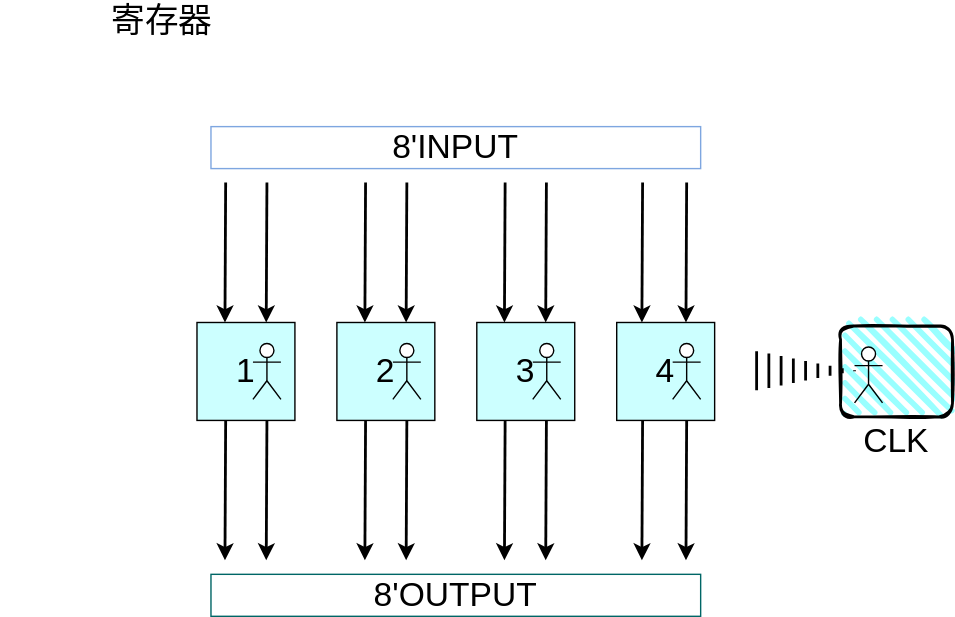
This is register.drawio.svg from Raspberry-NQ/human-8bit-CPU, a draw.io export, as it was before one commit. Source tidied: cells renumbered, new cells last; positions are measured from the earlier drawing's top-left corner, leaving out a move shared by most shapes. Source of this version:
```xml
<mxGraphModel>
  <root>
    <mxCell id="0" />
    <mxCell id="1" parent="0" />
    <mxCell id="2" value="&lt;font style=&quot;font-size: 24px&quot;&gt;寄存器&lt;/font&gt;" style="text;html=1;strokeColor=none;fillColor=none;align=center;verticalAlign=middle;whiteSpace=wrap;rounded=0;" parent="1" vertex="1">
      <mxGeometry width="230" height="30" as="geometry" />
    </mxCell>
    <mxCell id="3" value="1" style="rounded=0;whiteSpace=wrap;html=1;fontSize=24;fillColor=#CCFFFF;" parent="1" vertex="1">
      <mxGeometry x="140" y="230" width="70" height="70" as="geometry" />
    </mxCell>
    <mxCell id="4" style="shape=umlActor;verticalLabelPosition=bottom;verticalAlign=top;html=1;fontSize=24;fillColor=#FFFFFF;" parent="1" vertex="1">
      <mxGeometry x="180" y="245" width="20" height="40" as="geometry" />
    </mxCell>
    <mxCell id="5" value="2" style="rounded=0;whiteSpace=wrap;html=1;fontSize=24;fillColor=#CCFFFF;" parent="1" vertex="1">
      <mxGeometry x="240" y="230" width="70" height="70" as="geometry" />
    </mxCell>
    <mxCell id="6" style="shape=umlActor;verticalLabelPosition=bottom;verticalAlign=top;html=1;fontSize=24;fillColor=#FFFFFF;" parent="1" vertex="1">
      <mxGeometry x="280" y="245" width="20" height="40" as="geometry" />
    </mxCell>
    <mxCell id="7" value="3" style="rounded=0;whiteSpace=wrap;html=1;fontSize=24;fillColor=#CCFFFF;" parent="1" vertex="1">
      <mxGeometry x="340" y="230" width="70" height="70" as="geometry" />
    </mxCell>
    <mxCell id="8" style="shape=umlActor;verticalLabelPosition=bottom;verticalAlign=top;html=1;fontSize=24;fillColor=#FFFFFF;" parent="1" vertex="1">
      <mxGeometry x="380" y="245" width="20" height="40" as="geometry" />
    </mxCell>
    <mxCell id="9" value="4" style="rounded=0;whiteSpace=wrap;html=1;fontSize=24;fillColor=#CCFFFF;" parent="1" vertex="1">
      <mxGeometry x="440" y="230" width="70" height="70" as="geometry" />
    </mxCell>
    <mxCell id="10" style="shape=umlActor;verticalLabelPosition=bottom;verticalAlign=top;html=1;fontSize=24;fillColor=#FFFFFF;" parent="1" vertex="1">
      <mxGeometry x="480" y="245" width="20" height="40" as="geometry" />
    </mxCell>
    <mxCell id="11" style="rounded=1;whiteSpace=wrap;html=1;strokeWidth=2;fillWeight=4;hachureGap=8;hachureAngle=45;fillColor=#99FFFF;sketch=1;fontSize=24;fillStyle=hachure;" parent="1" vertex="1">
      <mxGeometry x="600" y="232.5" width="80" height="65" as="geometry" />
    </mxCell>
    <mxCell id="12" style="shape=umlActor;verticalLabelPosition=bottom;verticalAlign=top;html=1;fontSize=24;fillColor=#FFFFFF;" parent="1" vertex="1">
      <mxGeometry x="610" y="247.5" width="20" height="40" as="geometry" />
    </mxCell>
    <mxCell id="13" style="shape=mxgraph.arrows2.wedgeArrowDashed;html=1;rounded=0;fontSize=24;strokeWidth=2;" parent="1" edge="1">
      <mxGeometry relative="1" as="geometry">
        <mxPoint x="540" y="264.5" as="sourcePoint" />
        <mxPoint x="610" y="264.5" as="targetPoint" />
      </mxGeometry>
    </mxCell>
    <mxCell id="14" style="endArrow=classic;html=1;rounded=0;fontSize=24;strokeWidth=2;entryX=0.25;entryY=0;entryDx=0;entryDy=0;" parent="1" edge="1">
      <mxGeometry relative="1" as="geometry">
        <mxPoint x="190" y="300" as="sourcePoint" />
        <mxPoint x="189.5" y="400" as="targetPoint" />
      </mxGeometry>
    </mxCell>
    <mxCell id="15" style="endArrow=classic;html=1;rounded=0;fontSize=24;strokeWidth=2;entryX=0.25;entryY=0;entryDx=0;entryDy=0;" parent="1" edge="1">
      <mxGeometry relative="1" as="geometry">
        <mxPoint x="260.5" y="300" as="sourcePoint" />
        <mxPoint x="260" y="400" as="targetPoint" />
      </mxGeometry>
    </mxCell>
    <mxCell id="16" style="endArrow=classic;html=1;rounded=0;fontSize=24;strokeWidth=2;entryX=0.25;entryY=0;entryDx=0;entryDy=0;" parent="1" edge="1">
      <mxGeometry relative="1" as="geometry">
        <mxPoint x="290" y="300" as="sourcePoint" />
        <mxPoint x="289.5" y="400" as="targetPoint" />
      </mxGeometry>
    </mxCell>
    <mxCell id="17" style="endArrow=classic;html=1;rounded=0;fontSize=24;strokeWidth=2;entryX=0.25;entryY=0;entryDx=0;entryDy=0;" parent="1" edge="1">
      <mxGeometry relative="1" as="geometry">
        <mxPoint x="160.5" y="300" as="sourcePoint" />
        <mxPoint x="160" y="400" as="targetPoint" />
      </mxGeometry>
    </mxCell>
    <mxCell id="18" style="endArrow=classic;html=1;rounded=0;fontSize=24;strokeWidth=2;entryX=0.25;entryY=0;entryDx=0;entryDy=0;" parent="1" edge="1">
      <mxGeometry relative="1" as="geometry">
        <mxPoint x="389.8" y="300" as="sourcePoint" />
        <mxPoint x="389.2" y="400" as="targetPoint" />
      </mxGeometry>
    </mxCell>
    <mxCell id="19" style="endArrow=classic;html=1;rounded=0;fontSize=24;strokeWidth=2;entryX=0.25;entryY=0;entryDx=0;entryDy=0;" parent="1" edge="1">
      <mxGeometry relative="1" as="geometry">
        <mxPoint x="458.5" y="300" as="sourcePoint" />
        <mxPoint x="458" y="400" as="targetPoint" />
      </mxGeometry>
    </mxCell>
    <mxCell id="20" style="endArrow=classic;html=1;rounded=0;fontSize=24;strokeWidth=2;entryX=0.25;entryY=0;entryDx=0;entryDy=0;" parent="1" edge="1">
      <mxGeometry relative="1" as="geometry">
        <mxPoint x="490" y="300" as="sourcePoint" />
        <mxPoint x="489.5" y="400" as="targetPoint" />
      </mxGeometry>
    </mxCell>
    <mxCell id="21" style="endArrow=classic;html=1;rounded=0;fontSize=24;strokeWidth=2;entryX=0.25;entryY=0;entryDx=0;entryDy=0;" parent="1" edge="1">
      <mxGeometry relative="1" as="geometry">
        <mxPoint x="360.2" y="300" as="sourcePoint" />
        <mxPoint x="359.8" y="400" as="targetPoint" />
      </mxGeometry>
    </mxCell>
    <mxCell id="22" style="endArrow=classic;html=1;rounded=0;fontSize=24;strokeWidth=2;entryX=0.25;entryY=0;entryDx=0;entryDy=0;" parent="1" edge="1">
      <mxGeometry relative="1" as="geometry">
        <mxPoint x="190" y="130" as="sourcePoint" />
        <mxPoint x="189.5" y="230" as="targetPoint" />
      </mxGeometry>
    </mxCell>
    <mxCell id="23" style="endArrow=classic;html=1;rounded=0;fontSize=24;strokeWidth=2;entryX=0.25;entryY=0;entryDx=0;entryDy=0;" parent="1" edge="1">
      <mxGeometry relative="1" as="geometry">
        <mxPoint x="260.5" y="130" as="sourcePoint" />
        <mxPoint x="260" y="230" as="targetPoint" />
      </mxGeometry>
    </mxCell>
    <mxCell id="24" style="endArrow=classic;html=1;rounded=0;fontSize=24;strokeWidth=2;entryX=0.25;entryY=0;entryDx=0;entryDy=0;" parent="1" edge="1">
      <mxGeometry relative="1" as="geometry">
        <mxPoint x="290" y="130" as="sourcePoint" />
        <mxPoint x="289.5" y="230" as="targetPoint" />
      </mxGeometry>
    </mxCell>
    <mxCell id="25" style="endArrow=classic;html=1;rounded=0;fontSize=24;strokeWidth=2;entryX=0.25;entryY=0;entryDx=0;entryDy=0;" parent="1" edge="1">
      <mxGeometry relative="1" as="geometry">
        <mxPoint x="160.5" y="130" as="sourcePoint" />
        <mxPoint x="160" y="230" as="targetPoint" />
      </mxGeometry>
    </mxCell>
    <mxCell id="26" style="endArrow=classic;html=1;rounded=0;fontSize=24;strokeWidth=2;entryX=0.25;entryY=0;entryDx=0;entryDy=0;" parent="1" edge="1">
      <mxGeometry relative="1" as="geometry">
        <mxPoint x="389.8" y="130" as="sourcePoint" />
        <mxPoint x="389.2" y="230" as="targetPoint" />
      </mxGeometry>
    </mxCell>
    <mxCell id="27" style="endArrow=classic;html=1;rounded=0;fontSize=24;strokeWidth=2;entryX=0.25;entryY=0;entryDx=0;entryDy=0;" parent="1" edge="1">
      <mxGeometry relative="1" as="geometry">
        <mxPoint x="458.5" y="130" as="sourcePoint" />
        <mxPoint x="458" y="230" as="targetPoint" />
      </mxGeometry>
    </mxCell>
    <mxCell id="28" style="endArrow=classic;html=1;rounded=0;fontSize=24;strokeWidth=2;entryX=0.25;entryY=0;entryDx=0;entryDy=0;" parent="1" edge="1">
      <mxGeometry relative="1" as="geometry">
        <mxPoint x="490" y="130" as="sourcePoint" />
        <mxPoint x="489.5" y="230" as="targetPoint" />
      </mxGeometry>
    </mxCell>
    <mxCell id="29" style="endArrow=classic;html=1;rounded=0;fontSize=24;strokeWidth=2;entryX=0.25;entryY=0;entryDx=0;entryDy=0;" parent="1" edge="1">
      <mxGeometry relative="1" as="geometry">
        <mxPoint x="360.2" y="130" as="sourcePoint" />
        <mxPoint x="359.8" y="230" as="targetPoint" />
      </mxGeometry>
    </mxCell>
    <mxCell id="30" value="CLK" style="text;html=1;strokeColor=none;fillColor=none;align=center;verticalAlign=middle;whiteSpace=wrap;rounded=0;fillStyle=hachure;fontSize=24;" parent="1" vertex="1">
      <mxGeometry x="610" y="300" width="60" height="30" as="geometry" />
    </mxCell>
    <mxCell id="31" value="8'INPUT" style="text;html=1;strokeColor=#7EA6E0;fillColor=default;align=center;verticalAlign=middle;whiteSpace=wrap;rounded=0;fillStyle=hachure;fontSize=24;gradientColor=none;gradientDirection=west;" parent="1" vertex="1">
      <mxGeometry x="150" y="90" width="350" height="30" as="geometry" />
    </mxCell>
    <mxCell id="32" value="8'OUTPUT" style="text;html=1;strokeColor=#006666;fillColor=default;align=center;verticalAlign=middle;whiteSpace=wrap;rounded=0;fillStyle=hachure;fontSize=24;gradientColor=none;gradientDirection=west;" parent="1" vertex="1">
      <mxGeometry x="150" y="410" width="350" height="30" as="geometry" />
    </mxCell>
  </root>
</mxGraphModel>
```
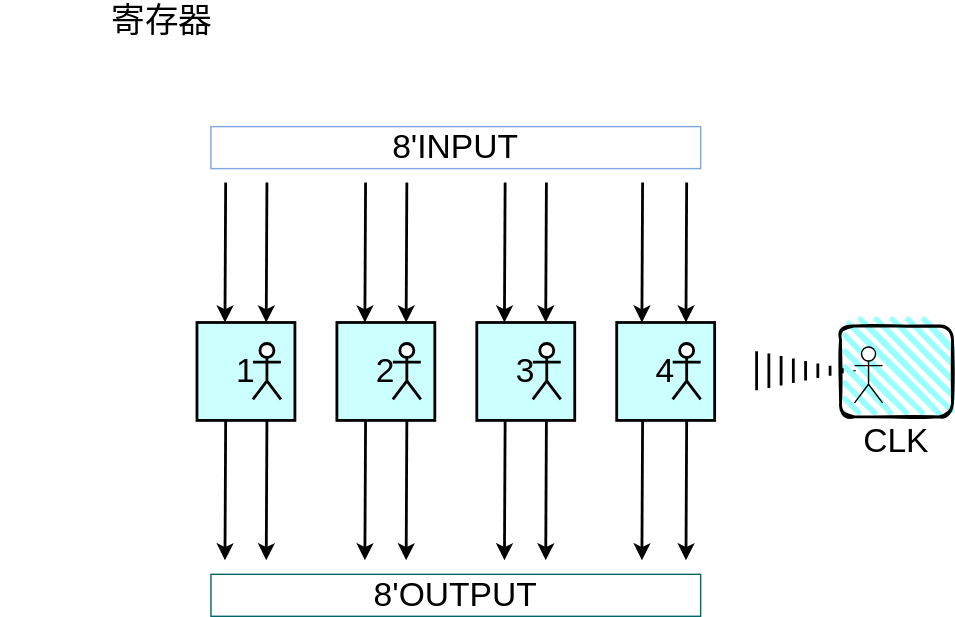
After the change.

The edit, as a diff of the source:
```diff
@@ -5,28 +5,28 @@
     <mxCell id="2" value="&lt;font style=&quot;font-size: 24px&quot;&gt;寄存器&lt;/font&gt;" style="text;html=1;strokeColor=none;fillColor=none;align=center;verticalAlign=middle;whiteSpace=wrap;rounded=0;" parent="1" vertex="1">
       <mxGeometry width="230" height="30" as="geometry" />
     </mxCell>
-    <mxCell id="3" value="1" style="rounded=0;whiteSpace=wrap;html=1;fontSize=24;fillColor=#CCFFFF;" parent="1" vertex="1">
+    <mxCell id="3" value="1" style="rounded=0;whiteSpace=wrap;html=1;fontSize=24;fillColor=#CCFFFF;strokeWidth=2;" parent="1" vertex="1">
       <mxGeometry x="140" y="230" width="70" height="70" as="geometry" />
     </mxCell>
-    <mxCell id="4" style="shape=umlActor;verticalLabelPosition=bottom;verticalAlign=top;html=1;fontSize=24;fillColor=#FFFFFF;" parent="1" vertex="1">
+    <mxCell id="4" style="shape=umlActor;verticalLabelPosition=bottom;verticalAlign=top;html=1;fontSize=24;fillColor=#FFFFFF;strokeWidth=2;" parent="1" vertex="1">
       <mxGeometry x="180" y="245" width="20" height="40" as="geometry" />
     </mxCell>
-    <mxCell id="5" value="2" style="rounded=0;whiteSpace=wrap;html=1;fontSize=24;fillColor=#CCFFFF;" parent="1" vertex="1">
+    <mxCell id="5" value="2" style="rounded=0;whiteSpace=wrap;html=1;fontSize=24;fillColor=#CCFFFF;strokeWidth=2;" parent="1" vertex="1">
       <mxGeometry x="240" y="230" width="70" height="70" as="geometry" />
     </mxCell>
-    <mxCell id="6" style="shape=umlActor;verticalLabelPosition=bottom;verticalAlign=top;html=1;fontSize=24;fillColor=#FFFFFF;" parent="1" vertex="1">
+    <mxCell id="6" style="shape=umlActor;verticalLabelPosition=bottom;verticalAlign=top;html=1;fontSize=24;fillColor=#FFFFFF;strokeWidth=2;" parent="1" vertex="1">
       <mxGeometry x="280" y="245" width="20" height="40" as="geometry" />
     </mxCell>
-    <mxCell id="7" value="3" style="rounded=0;whiteSpace=wrap;html=1;fontSize=24;fillColor=#CCFFFF;" parent="1" vertex="1">
+    <mxCell id="7" value="3" style="rounded=0;whiteSpace=wrap;html=1;fontSize=24;fillColor=#CCFFFF;strokeWidth=2;" parent="1" vertex="1">
       <mxGeometry x="340" y="230" width="70" height="70" as="geometry" />
     </mxCell>
-    <mxCell id="8" style="shape=umlActor;verticalLabelPosition=bottom;verticalAlign=top;html=1;fontSize=24;fillColor=#FFFFFF;" parent="1" vertex="1">
+    <mxCell id="8" style="shape=umlActor;verticalLabelPosition=bottom;verticalAlign=top;html=1;fontSize=24;fillColor=#FFFFFF;strokeWidth=2;" parent="1" vertex="1">
       <mxGeometry x="380" y="245" width="20" height="40" as="geometry" />
     </mxCell>
-    <mxCell id="9" value="4" style="rounded=0;whiteSpace=wrap;html=1;fontSize=24;fillColor=#CCFFFF;" parent="1" vertex="1">
+    <mxCell id="9" value="4" style="rounded=0;whiteSpace=wrap;html=1;fontSize=24;fillColor=#CCFFFF;strokeWidth=2;" parent="1" vertex="1">
       <mxGeometry x="440" y="230" width="70" height="70" as="geometry" />
     </mxCell>
-    <mxCell id="10" style="shape=umlActor;verticalLabelPosition=bottom;verticalAlign=top;html=1;fontSize=24;fillColor=#FFFFFF;" parent="1" vertex="1">
+    <mxCell id="10" style="shape=umlActor;verticalLabelPosition=bottom;verticalAlign=top;html=1;fontSize=24;fillColor=#FFFFFF;strokeWidth=2;" parent="1" vertex="1">
       <mxGeometry x="480" y="245" width="20" height="40" as="geometry" />
     </mxCell>
     <mxCell id="11" style="rounded=1;whiteSpace=wrap;html=1;strokeWidth=2;fillWeight=4;hachureGap=8;hachureAngle=45;fillColor=#99FFFF;sketch=1;fontSize=24;fillStyle=hachure;" parent="1" vertex="1">
```
